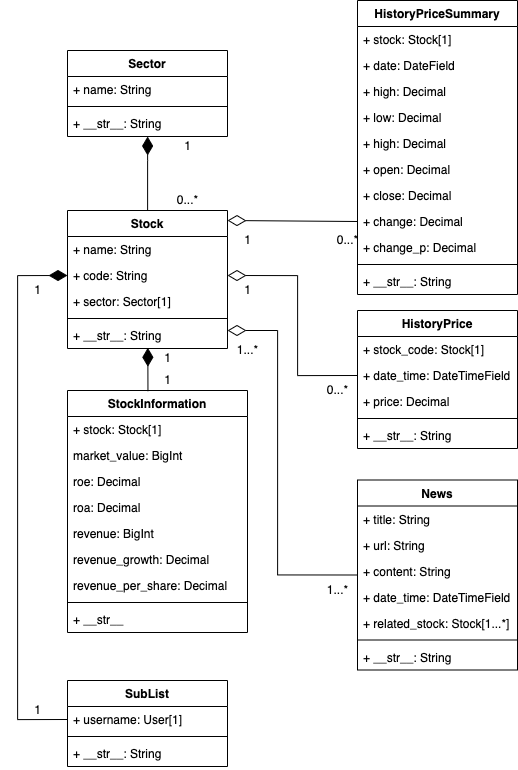
taco0929/my-stock-view keeps this draw.io diagram as my_stock_view.png. Above is the earlier version. Source tidied: cells renumbered, new cells last; positions are measured from the earlier drawing's top-left corner, leaving out a move shared by most shapes.
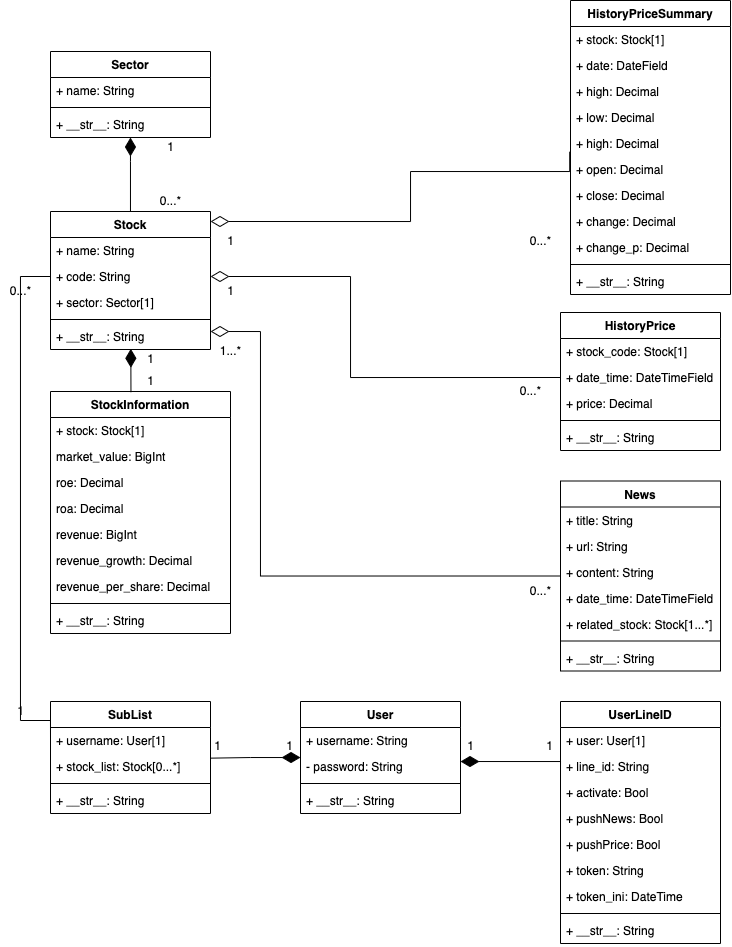
Above is the later version.

The edit, as a diff of the source:
```diff
@@ -1,4 +1,4 @@
-<mxGraphModel>
+<mxGraphModel background="#FFFFFF">
   <root>
     <mxCell id="0" />
     <mxCell id="1" parent="0" />
@@ -73,11 +73,11 @@
     <mxCell id="23" style="line;strokeWidth=1;fillColor=none;align=left;verticalAlign=middle;spacingTop=-1;spacingLeft=3;spacingRight=3;labelPosition=right;" parent="15" vertex="1">
       <mxGeometry y="208" width="180" height="8" as="geometry" />
     </mxCell>
-    <mxCell id="24" value="+ __str__" style="text;strokeColor=none;fillColor=none;align=left;verticalAlign=top;spacingLeft=4;spacingRight=4;overflow=hidden;" parent="15" vertex="1">
+    <mxCell id="24" value="+ __str__: String" style="text;strokeColor=none;fillColor=none;align=left;verticalAlign=top;spacingLeft=4;spacingRight=4;overflow=hidden;" parent="15" vertex="1">
       <mxGeometry y="216" width="180" height="26" as="geometry" />
     </mxCell>
     <mxCell id="25" value="News" style="swimlane;fontStyle=1;align=center;verticalAlign=top;horizontal=1;startSize=26;" parent="1" vertex="1">
-      <mxGeometry x="340" y="479.5" width="160" height="190" as="geometry" />
+      <mxGeometry x="560" y="479.5" width="160" height="190" as="geometry" />
     </mxCell>
     <mxCell id="26" value="+ title: String" style="text;strokeColor=none;fillColor=none;align=left;verticalAlign=top;spacingLeft=4;spacingRight=4;overflow=hidden;" parent="25" vertex="1">
       <mxGeometry y="26" width="160" height="26" as="geometry" />
@@ -110,7 +110,7 @@
       </mxGeometry>
     </mxCell>
     <mxCell id="34" value="HistoryPrice" style="swimlane;fontStyle=1;align=center;verticalAlign=top;horizontal=1;startSize=26;" parent="1" vertex="1">
-      <mxGeometry x="340" y="310" width="160" height="138" as="geometry" />
+      <mxGeometry x="560" y="311" width="160" height="138" as="geometry" />
     </mxCell>
     <mxCell id="35" value="+ stock_code: Stock[1]" style="text;strokeColor=none;fillColor=none;align=left;verticalAlign=top;spacingLeft=4;spacingRight=4;overflow=hidden;" parent="34" vertex="1">
       <mxGeometry y="26" width="160" height="26" as="geometry" />
@@ -137,7 +137,7 @@
       <mxGeometry x="140" y="370" width="20" height="20" as="geometry" />
     </mxCell>
     <mxCell id="43" value="HistoryPriceSummary" style="swimlane;fontStyle=1;align=center;verticalAlign=top;horizontal=1;startSize=26;" parent="1" vertex="1">
-      <mxGeometry x="340" width="160" height="294" as="geometry" />
+      <mxGeometry x="570" y="-1" width="160" height="294" as="geometry" />
     </mxCell>
     <mxCell id="44" value="+ stock: Stock[1]" style="text;strokeColor=none;fillColor=none;align=left;verticalAlign=top;spacingLeft=4;spacingRight=4;overflow=hidden;" parent="43" vertex="1">
       <mxGeometry y="26" width="160" height="26" as="geometry" />
@@ -173,35 +173,49 @@
       <mxGeometry y="268" width="160" height="26" as="geometry" />
     </mxCell>
     <mxCell id="55" style="edgeStyle=orthogonalEdgeStyle;rounded=0;jettySize=auto;html=1;exitX=0;exitY=0.5;exitDx=0;exitDy=0;entryX=1;entryY=0.5;entryDx=0;entryDy=0;endArrow=diamondThin;endFill=0;endSize=16;" parent="1" edge="1" source="36" target="9">
-      <mxGeometry relative="1" as="geometry" />
+      <mxGeometry relative="1" as="geometry">
+        <Array as="points">
+          <mxPoint x="350" y="376" />
+          <mxPoint x="350" y="275" />
+        </Array>
+      </mxGeometry>
     </mxCell>
-    <mxCell id="56" style="rounded=0;jettySize=auto;html=1;exitX=0;exitY=0.5;exitDx=0;exitDy=0;endArrow=diamondThin;endFill=0;endSize=16;" parent="1" edge="1" source="51">
+    <mxCell id="56" style="rounded=0;jettySize=auto;html=1;exitX=-0.005;exitY=0.817;exitDx=0;exitDy=0;endArrow=diamondThin;endFill=0;endSize=16;exitPerimeter=0;edgeStyle=orthogonalEdgeStyle;" parent="1" edge="1" source="48">
       <mxGeometry relative="1" as="geometry">
         <mxPoint x="210" y="220" as="targetPoint" />
+        <Array as="points">
+          <mxPoint x="569" y="170" />
+          <mxPoint x="410" y="170" />
+          <mxPoint x="410" y="220" />
+        </Array>
       </mxGeometry>
     </mxCell>
     <mxCell id="57" value="SubList" style="swimlane;fontStyle=1;align=center;verticalAlign=top;horizontal=1;startSize=26;" parent="1" vertex="1">
-      <mxGeometry x="50" y="680" width="160" height="86" as="geometry" />
+      <mxGeometry x="50" y="700" width="160" height="112" as="geometry" />
     </mxCell>
     <mxCell id="58" value="+ username: User[1]" style="text;strokeColor=none;fillColor=none;align=left;verticalAlign=top;spacingLeft=4;spacingRight=4;overflow=hidden;points=[[0,0.5],[1,0.5]];portConstraint=eastwest;" parent="57" vertex="1">
       <mxGeometry y="26" width="160" height="26" as="geometry" />
     </mxCell>
+    <mxCell id="70" value="+ stock_list: Stock[0...*]" style="text;strokeColor=none;fillColor=none;align=left;verticalAlign=top;spacingLeft=4;spacingRight=4;overflow=hidden;points=[[0,0.5],[1,0.5]];portConstraint=eastwest;" parent="57" vertex="1">
+      <mxGeometry y="52" width="160" height="26" as="geometry" />
+    </mxCell>
     <mxCell id="59" style="line;strokeWidth=1;fillColor=none;align=left;verticalAlign=middle;spacingTop=-1;spacingLeft=3;spacingRight=3;labelPosition=right;" parent="57" vertex="1">
-      <mxGeometry y="52" width="160" height="8" as="geometry" />
+      <mxGeometry y="78" width="160" height="8" as="geometry" />
     </mxCell>
     <mxCell id="60" value="+ __str__: String" style="text;strokeColor=none;fillColor=none;align=left;verticalAlign=top;spacingLeft=4;spacingRight=4;overflow=hidden;" parent="57" vertex="1">
-      <mxGeometry y="60" width="160" height="26" as="geometry" />
+      <mxGeometry y="86" width="160" height="26" as="geometry" />
     </mxCell>
-    <mxCell id="61" style="edgeStyle=orthogonalEdgeStyle;rounded=0;jettySize=auto;html=1;exitX=0;exitY=0.5;exitDx=0;exitDy=0;endArrow=diamondThin;endFill=1;endSize=16;entryX=0;entryY=0.5;entryDx=0;entryDy=0;" parent="1" edge="1" source="58" target="9">
+    <mxCell id="61" style="edgeStyle=orthogonalEdgeStyle;rounded=0;jettySize=auto;html=1;exitX=0;exitY=0.5;exitDx=0;exitDy=0;endArrow=none;endFill=0;endSize=16;entryX=0;entryY=0.5;entryDx=0;entryDy=0;" parent="1" edge="1" source="58" target="9">
       <mxGeometry relative="1" as="geometry">
         <Array as="points">
-          <mxPoint y="719" />
-          <mxPoint y="275" />
+          <mxPoint x="50" y="719" />
+          <mxPoint x="20" y="719" />
+          <mxPoint x="20" y="275" />
         </Array>
       </mxGeometry>
     </mxCell>
-    <mxCell id="62" value="1" style="text;html=1;align=center;verticalAlign=middle;strokeColor=none;fillColor=none;" parent="1" vertex="1">
-      <mxGeometry x="10" y="280" width="20" height="20" as="geometry" />
+    <mxCell id="62" value="0...*" style="text;html=1;align=center;verticalAlign=middle;strokeColor=none;fillColor=none;" parent="1" vertex="1">
+      <mxGeometry y="280" width="40" height="20" as="geometry" />
     </mxCell>
     <mxCell id="63" value="1" style="text;html=1;align=center;verticalAlign=middle;strokeColor=none;fillColor=none;" parent="1" vertex="1">
       <mxGeometry x="10" y="700" width="20" height="20" as="geometry" />
@@ -209,20 +223,87 @@
     <mxCell id="64" value="1...*" style="text;html=1;align=center;verticalAlign=middle;strokeColor=none;fillColor=none;" parent="1" vertex="1">
       <mxGeometry x="210" y="340" width="40" height="20" as="geometry" />
     </mxCell>
-    <mxCell id="65" value="1...*" style="text;html=1;align=center;verticalAlign=middle;strokeColor=none;fillColor=none;" parent="1" vertex="1">
-      <mxGeometry x="300" y="580" width="40" height="20" as="geometry" />
+    <mxCell id="65" value="0...*" style="text;html=1;align=center;verticalAlign=middle;strokeColor=none;fillColor=none;" parent="1" vertex="1">
+      <mxGeometry x="520" y="580" width="40" height="20" as="geometry" />
     </mxCell>
     <mxCell id="66" value="1" style="text;html=1;align=center;verticalAlign=middle;strokeColor=none;fillColor=none;" parent="1" vertex="1">
       <mxGeometry x="220" y="280" width="20" height="20" as="geometry" />
     </mxCell>
     <mxCell id="67" value="0...*" style="text;html=1;align=center;verticalAlign=middle;strokeColor=none;fillColor=none;" parent="1" vertex="1">
-      <mxGeometry x="300" y="380" width="40" height="20" as="geometry" />
+      <mxGeometry x="510" y="380" width="40" height="20" as="geometry" />
     </mxCell>
     <mxCell id="68" value="1" style="text;html=1;align=center;verticalAlign=middle;strokeColor=none;fillColor=none;" parent="1" vertex="1">
       <mxGeometry x="220" y="230" width="20" height="20" as="geometry" />
     </mxCell>
     <mxCell id="69" value="0...*" style="text;html=1;align=center;verticalAlign=middle;strokeColor=none;fillColor=none;" parent="1" vertex="1">
-      <mxGeometry x="310" y="230" width="40" height="20" as="geometry" />
+      <mxGeometry x="520" y="230" width="40" height="20" as="geometry" />
     </mxCell>
+    <mxCell id="71" style="edgeStyle=orthogonalEdgeStyle;rounded=0;jettySize=auto;html=1;entryX=1;entryY=0.179;entryDx=0;entryDy=0;entryPerimeter=0;endArrow=none;endFill=0;endSize=16;startArrow=diamondThin;startFill=1;startSize=16;" parent="1" edge="1" source="72" target="70">
+      <mxGeometry relative="1" as="geometry" />
+    </mxCell>
+    <mxCell id="72" value="User" style="swimlane;fontStyle=1;align=center;verticalAlign=top;horizontal=1;startSize=26;" parent="1" vertex="1">
+      <mxGeometry x="300" y="700" width="160" height="112" as="geometry" />
+    </mxCell>
+    <mxCell id="73" value="+ username: String" style="text;strokeColor=none;fillColor=none;align=left;verticalAlign=top;spacingLeft=4;spacingRight=4;overflow=hidden;" parent="72" vertex="1">
+      <mxGeometry y="26" width="160" height="26" as="geometry" />
+    </mxCell>
+    <mxCell id="74" value="- password: String" style="text;strokeColor=none;fillColor=none;align=left;verticalAlign=top;spacingLeft=4;spacingRight=4;overflow=hidden;points=[[0,0.5],[1,0.5]];portConstraint=eastwest;" parent="72" vertex="1">
+      <mxGeometry y="52" width="160" height="26" as="geometry" />
+    </mxCell>
+    <mxCell id="75" style="line;strokeWidth=1;fillColor=none;align=left;verticalAlign=middle;spacingTop=-1;spacingLeft=3;spacingRight=3;labelPosition=right;" parent="72" vertex="1">
+      <mxGeometry y="78" width="160" height="8" as="geometry" />
+    </mxCell>
+    <mxCell id="76" value="+ __str__: String" style="text;strokeColor=none;fillColor=none;align=left;verticalAlign=top;spacingLeft=4;spacingRight=4;overflow=hidden;" parent="72" vertex="1">
+      <mxGeometry y="86" width="160" height="26" as="geometry" />
+    </mxCell>
+    <mxCell id="77" value="UserLineID" style="swimlane;fontStyle=1;align=center;verticalAlign=top;horizontal=1;startSize=26;" parent="1" vertex="1">
+      <mxGeometry x="560" y="700" width="160" height="242" as="geometry" />
+    </mxCell>
+    <mxCell id="78" value="+ user: User[1]" style="text;strokeColor=none;fillColor=none;align=left;verticalAlign=top;spacingLeft=4;spacingRight=4;overflow=hidden;" parent="77" vertex="1">
+      <mxGeometry y="26" width="160" height="26" as="geometry" />
+    </mxCell>
+    <mxCell id="79" value="+ line_id: String" style="text;strokeColor=none;fillColor=none;align=left;verticalAlign=top;spacingLeft=4;spacingRight=4;overflow=hidden;points=[[0,0.5],[1,0.5]];portConstraint=eastwest;" parent="77" vertex="1">
+      <mxGeometry y="52" width="160" height="26" as="geometry" />
+    </mxCell>
+    <mxCell id="80" value="+ activate: Bool" style="text;strokeColor=none;fillColor=none;align=left;verticalAlign=top;spacingLeft=4;spacingRight=4;overflow=hidden;" parent="77" vertex="1">
+      <mxGeometry y="78" width="160" height="26" as="geometry" />
+    </mxCell>
+    <mxCell id="81" value="+ pushNews: Bool" style="text;strokeColor=none;fillColor=none;align=left;verticalAlign=top;spacingLeft=4;spacingRight=4;overflow=hidden;" parent="77" vertex="1">
+      <mxGeometry y="104" width="160" height="26" as="geometry" />
+    </mxCell>
+    <mxCell id="82" value="+ pushPrice: Bool" style="text;strokeColor=none;fillColor=none;align=left;verticalAlign=top;spacingLeft=4;spacingRight=4;overflow=hidden;" parent="77" vertex="1">
+      <mxGeometry y="130" width="160" height="26" as="geometry" />
+    </mxCell>
+    <mxCell id="83" value="+ token: String" style="text;strokeColor=none;fillColor=none;align=left;verticalAlign=top;spacingLeft=4;spacingRight=4;overflow=hidden;" parent="77" vertex="1">
+      <mxGeometry y="156" width="160" height="26" as="geometry" />
+    </mxCell>
+    <mxCell id="84" value="+ token_ini: DateTime" style="text;strokeColor=none;fillColor=none;align=left;verticalAlign=top;spacingLeft=4;spacingRight=4;overflow=hidden;" parent="77" vertex="1">
+      <mxGeometry y="182" width="160" height="26" as="geometry" />
+    </mxCell>
+    <mxCell id="85" style="line;strokeWidth=1;fillColor=none;align=left;verticalAlign=middle;spacingTop=-1;spacingLeft=3;spacingRight=3;labelPosition=right;" parent="77" vertex="1">
+      <mxGeometry y="208" width="160" height="8" as="geometry" />
+    </mxCell>
+    <mxCell id="86" value="+ __str__: String" style="text;strokeColor=none;fillColor=none;align=left;verticalAlign=top;spacingLeft=4;spacingRight=4;overflow=hidden;" parent="77" vertex="1">
+      <mxGeometry y="216" width="160" height="26" as="geometry" />
+    </mxCell>
+    <mxCell id="87" style="edgeStyle=orthogonalEdgeStyle;rounded=0;jettySize=auto;html=1;entryX=0;entryY=0.5;entryDx=0;entryDy=0;endArrow=none;endFill=0;endSize=16;startSize=16;startArrow=diamondThin;startFill=1;" parent="1" edge="1" source="74" target="79">
+      <mxGeometry relative="1" as="geometry">
+        <Array as="points">
+          <mxPoint x="560" y="760" />
+        </Array>
+      </mxGeometry>
+    </mxCell>
+    <mxCell id="88" value="1" style="text;html=1;align=center;verticalAlign=middle;strokeColor=none;fillColor=none;" parent="1" vertex="1">
+      <mxGeometry x="207" y="735" width="20" height="20" as="geometry" />
+    </mxCell>
+    <mxCell id="89" value="1" style="text;html=1;align=center;verticalAlign=middle;strokeColor=none;fillColor=none;" parent="1" vertex="1">
+      <mxGeometry x="279" y="735" width="20" height="20" as="geometry" />
+    </mxCell>
+    <mxCell id="90" value="1" style="text;html=1;align=center;verticalAlign=middle;strokeColor=none;fillColor=none;" parent="1" vertex="1">
+      <mxGeometry x="460" y="735" width="20" height="20" as="geometry" />
+    </mxCell>
+    <mxCell id="91" value="1" style="text;html=1;align=center;verticalAlign=middle;strokeColor=none;fillColor=none;" parent="1" vertex="1">
+      <mxGeometry x="539" y="735" width="20" height="20" as="geometry" />
+    </mxCell>
   </root>
 </mxGraphModel>
```
